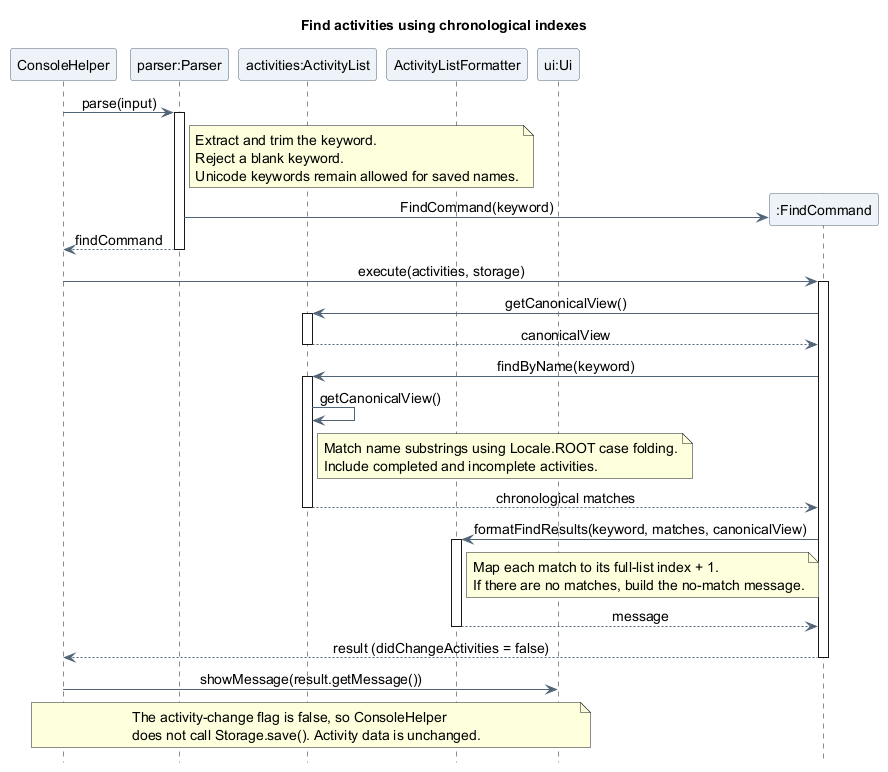
This is docs/images/oliver/sequence/FindActivitySequence.png from AY2627S1-CS2113-T10-4/tp, a PlantUML export, as it was before one commit.
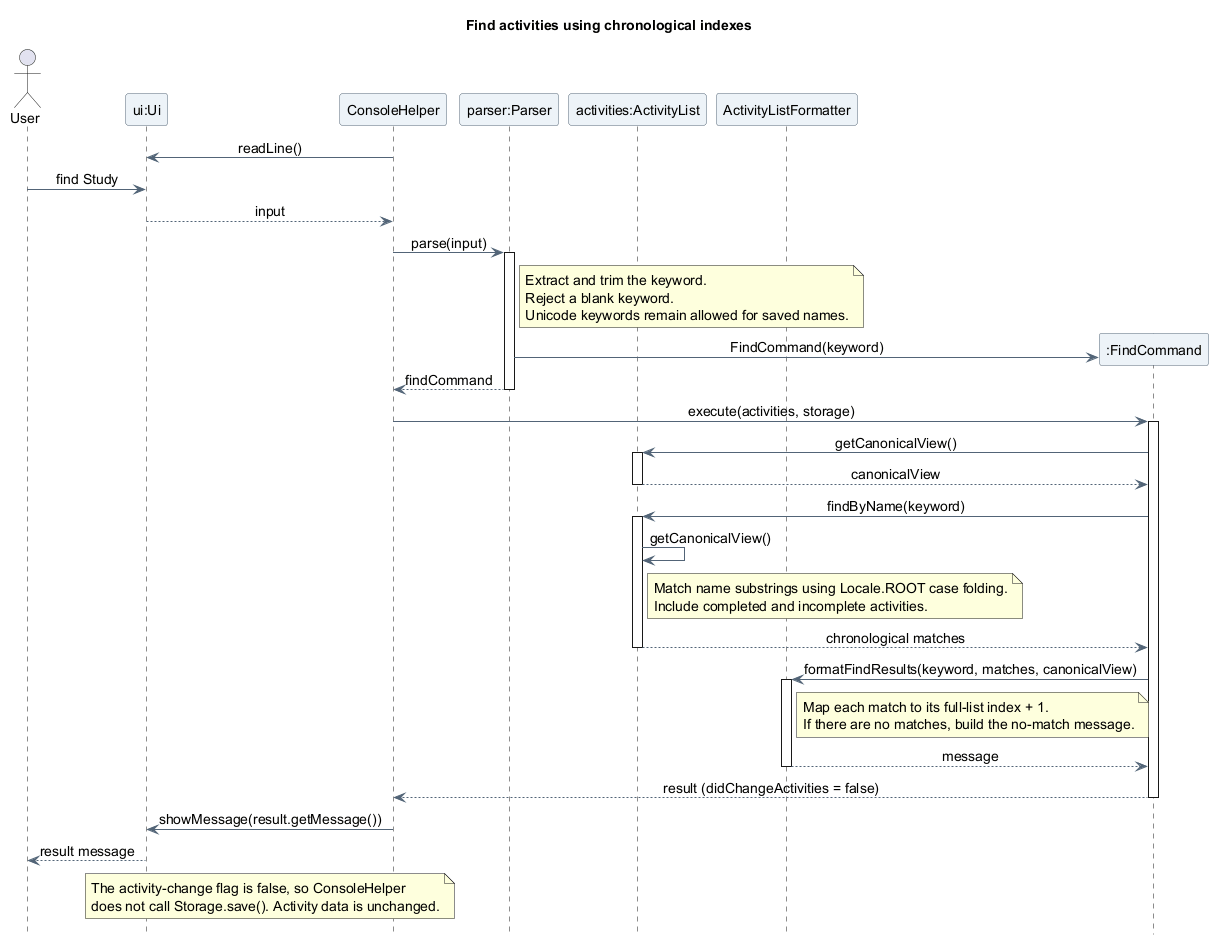
After the commit.

Change to the diagram source:
```diff
@@ -10,11 +10,16 @@
 skinparam sequenceMessageAlign center
 hide footbox
 
+actor "User" as User
+participant "ui:Ui" as UI
 participant "ConsoleHelper" as Console
 participant "parser:Parser" as Parser
 participant "activities:ActivityList" as Activities
 participant "ActivityListFormatter" as Formatter
-participant "ui:Ui" as UI
+
+Console -> UI : readLine()
+User -> UI : find Study
+UI --> Console : input
 
 Console -> Parser : parse(input)
 activate Parser
@@ -54,6 +59,7 @@
 Find --> Console : result (didChangeActivities = false)
 deactivate Find
 Console -> UI : showMessage(result.getMessage())
+UI --> User : result message
 
 note over Console, UI
   The activity-change flag is false, so ConsoleHelper
```
